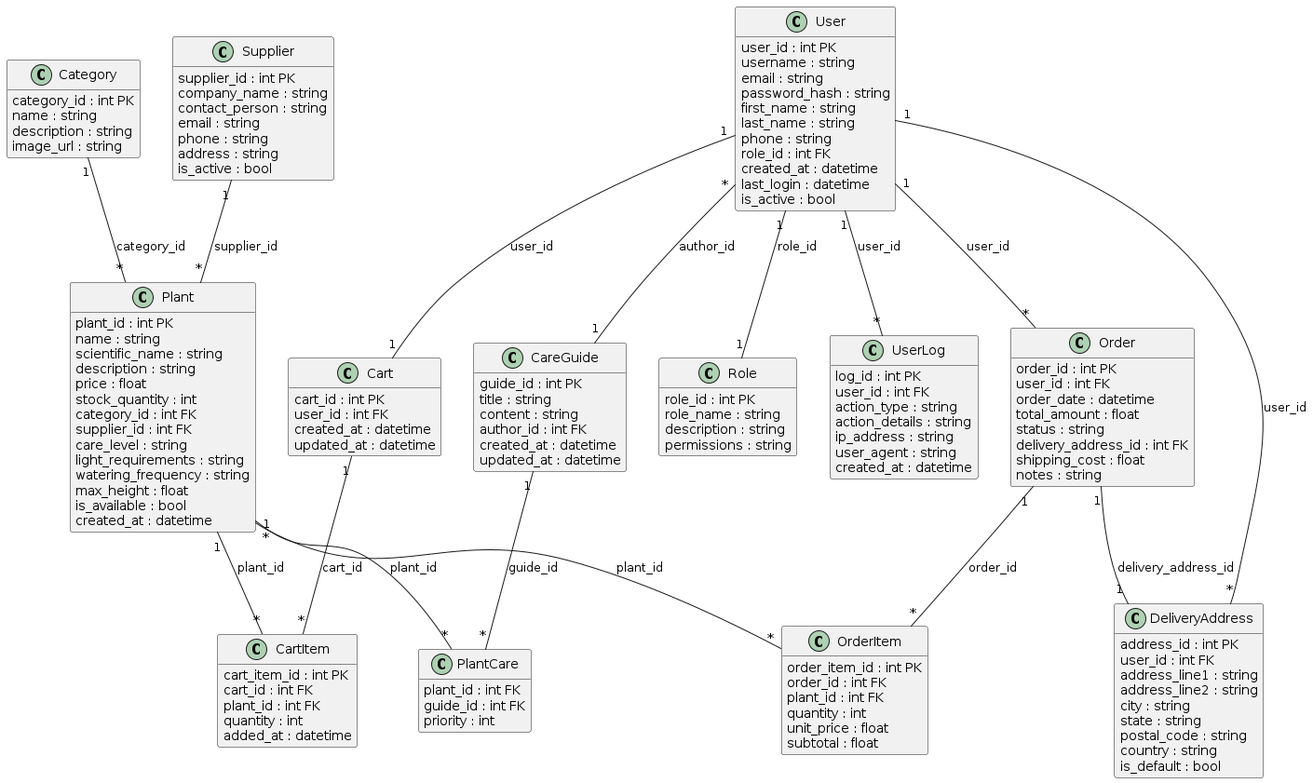
The PlantUML diagram diagram.png in tsarap1na/db, before a commit.
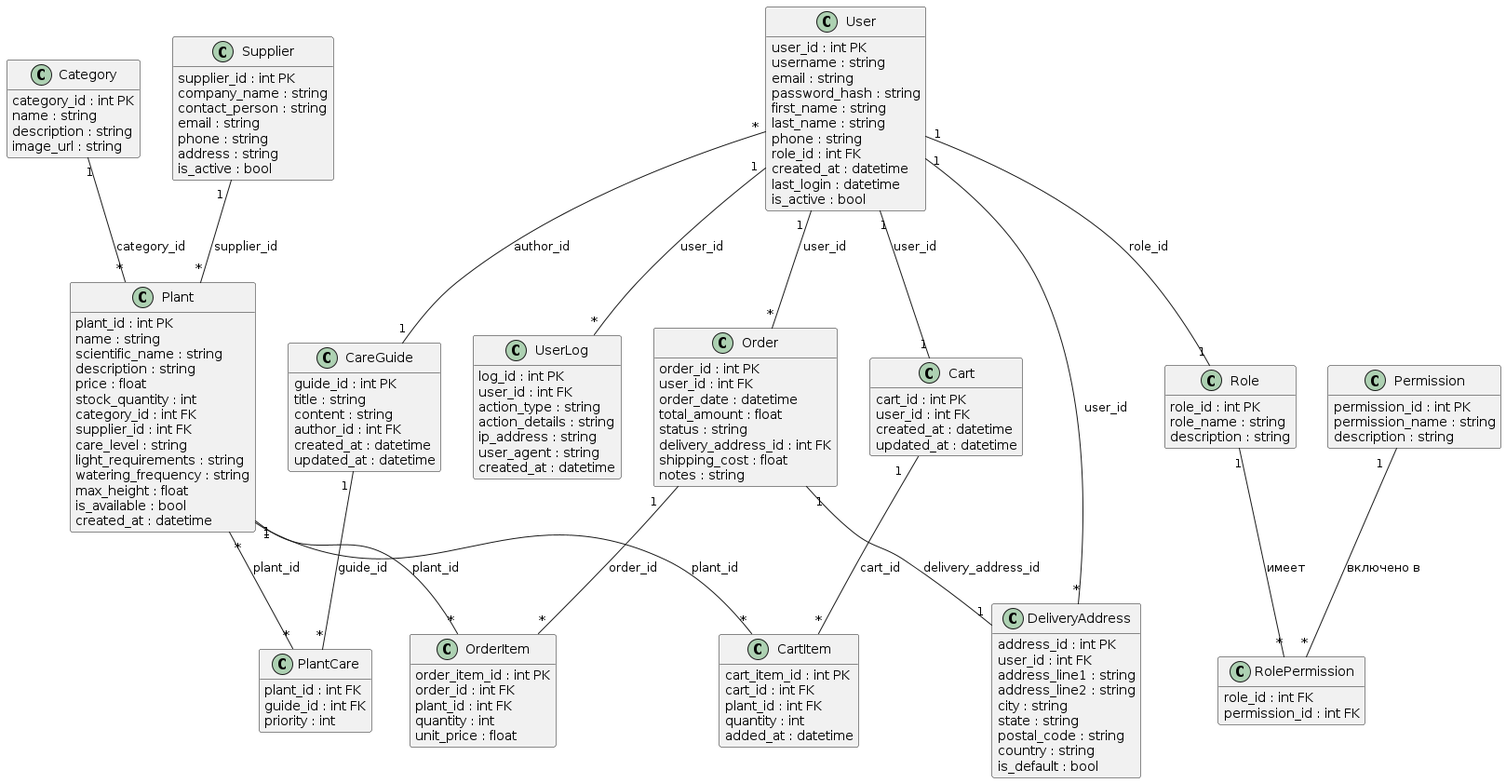
After the commit.

Diff of the diagram source:
```diff
@@ -24,7 +24,17 @@
   {field} role_id : int PK
   {field} role_name : string
   {field} description : string
-  {field} permissions : string
+}
+
+TABLE_ENTITY Permission {
+  {field} permission_id : int PK
+  {field} permission_name : string
+  {field} description : string
+}
+
+TABLE_ENTITY RolePermission {
+  {field} role_id : int FK
+  {field} permission_id : int FK
 }
 
 TABLE_ENTITY UserLog {
@@ -88,7 +98,6 @@
   {field} plant_id : int FK
   {field} quantity : int
   {field} unit_price : float
-  {field} subtotal : float
 }
 
 TABLE_ENTITY CareGuide {
@@ -154,4 +163,7 @@
 Plant "1" -- "*" CartItem : plant_id
 
 User "*" -- "1" CareGuide : author_id
+
+Role "1" -- "*" RolePermission : "имеет"
+Permission "1" -- "*" RolePermission : "включено в"
 @enduml
```
